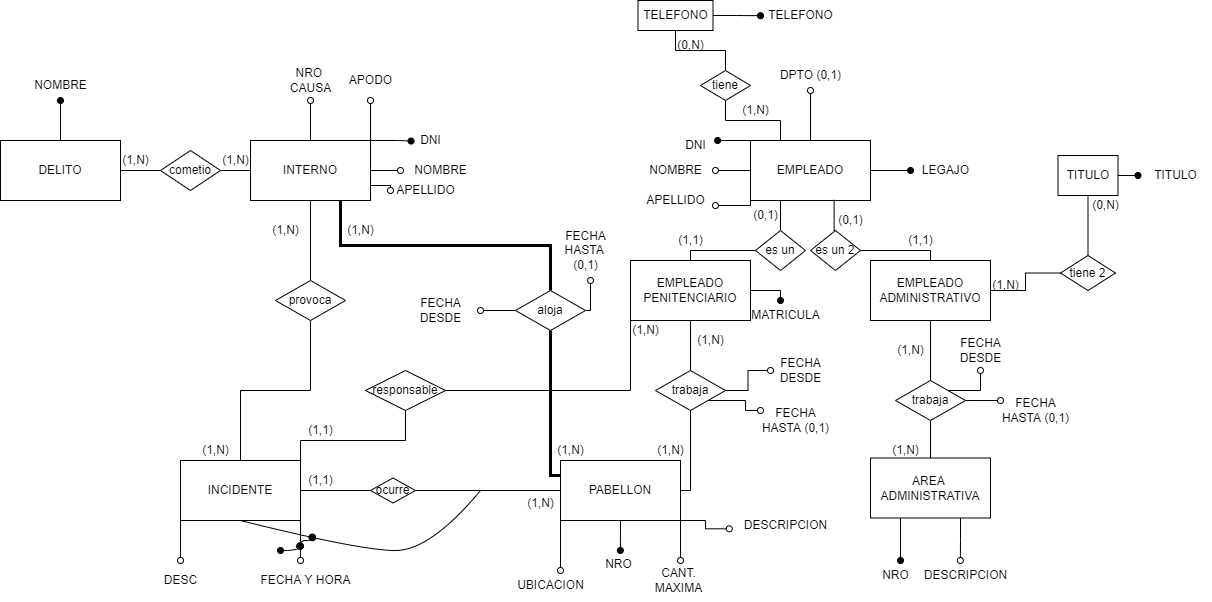
The draw.io diagram PRACTICA 2/Parte1/Ejercicio3/Ejercicio3-logico.png in agusrnfr/DBD, before a commit. Source tidied: cells renumbered, new cells last; positions are measured from the earlier drawing's top-left corner, leaving out a move shared by most shapes.
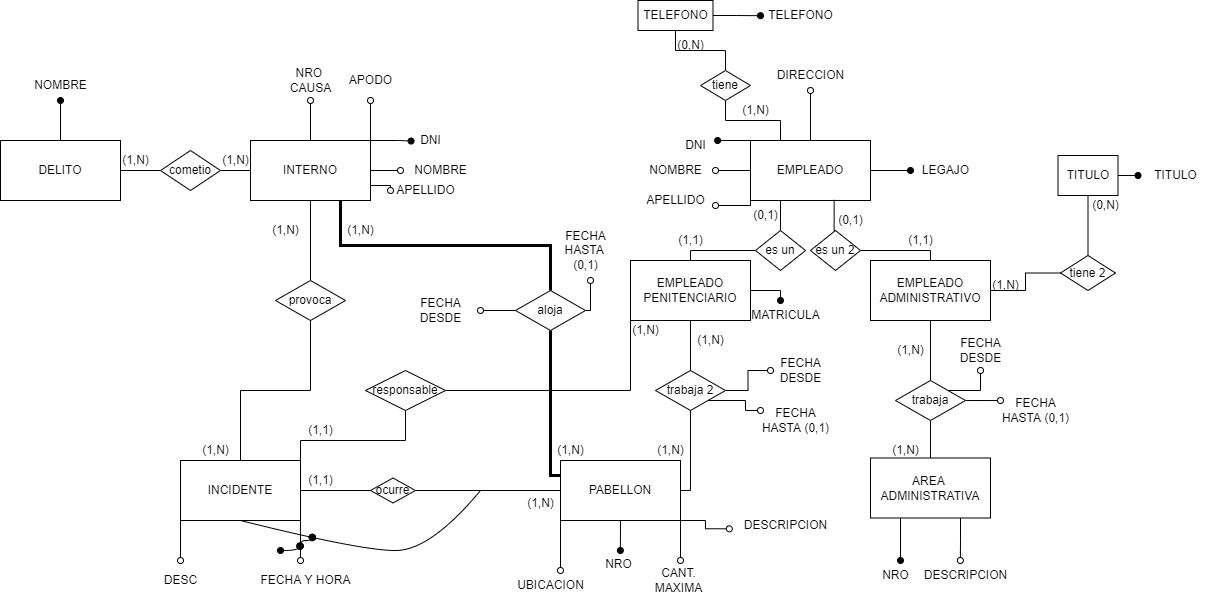
Above is the later version.

Change to the diagram source:
```diff
@@ -165,8 +165,8 @@
     <mxCell id="41" style="edgeStyle=orthogonalEdgeStyle;rounded=0;jettySize=auto;html=1;exitX=0.5;exitY=0;exitDx=0;exitDy=0;startArrow=none;startFill=0;endArrow=oval;endFill=0;" parent="1" edge="1" source="16" target="42">
       <mxGeometry relative="1" as="geometry" />
     </mxCell>
-    <mxCell id="42" value="DPTO (0,1)" style="text;html=1;align=center;verticalAlign=middle;points=[];strokeColor=none;fillColor=none;" parent="1" vertex="1">
-      <mxGeometry x="770" y="60" width="80" height="30" as="geometry" />
+    <mxCell id="42" value="DIRECCION" style="text;html=1;align=center;verticalAlign=middle;points=[];strokeColor=none;fillColor=none;" parent="1" vertex="1">
+      <mxGeometry x="765" y="60" width="90" height="30" as="geometry" />
     </mxCell>
     <mxCell id="43" value="LEGAJO" style="text;html=1;align=center;verticalAlign=middle;strokeColor=none;fillColor=none;" parent="1" vertex="1">
       <mxGeometry x="910" y="155" width="70" height="30" as="geometry" />
@@ -219,7 +219,7 @@
         <mxPoint x="760" y="410" as="targetPoint" />
       </mxGeometry>
     </mxCell>
-    <mxCell id="56" value="trabaja" style="rhombus;whiteSpace=wrap;html=1;" parent="1" vertex="1">
+    <mxCell id="56" value="trabaja 2" style="rhombus;whiteSpace=wrap;html=1;" parent="1" vertex="1">
       <mxGeometry x="655" y="370" width="70" height="40" as="geometry" />
     </mxCell>
     <mxCell id="57" style="edgeStyle=orthogonalEdgeStyle;rounded=0;jettySize=auto;html=1;entryX=0;entryY=0.5;entryDx=0;entryDy=0;startArrow=none;startFill=0;endArrow=none;endFill=0;" parent="1" edge="1" source="59" target="24">
```
